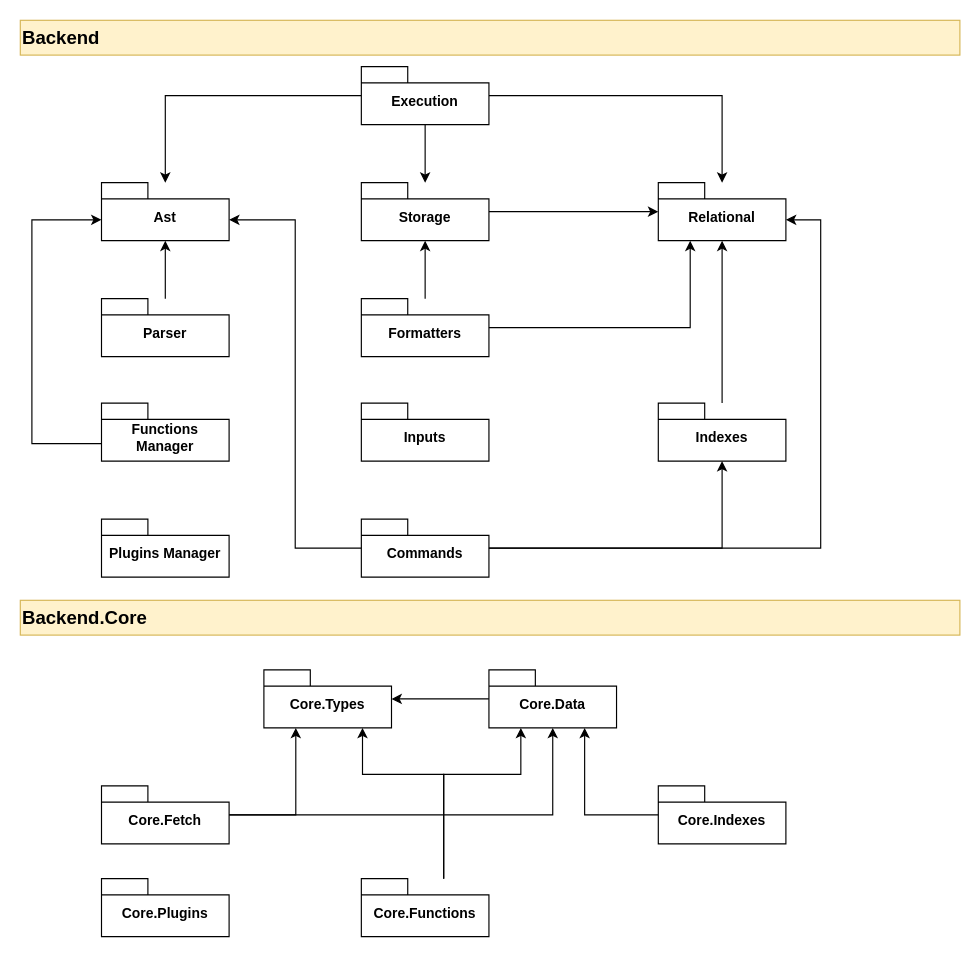
This is page "Modules" (2 of 3) of docs/internal/modules.drawio from krasninja/querycat, a draw.io file, before an edit. Source tidied: cells renumbered, new cells numbered last; positions are measured from the earlier drawing's top-left corner, leaving out a move shared by most shapes. Both pictures are drawn from the tidied source at 116%, with x=0, y=0 at pixel (20, 20).
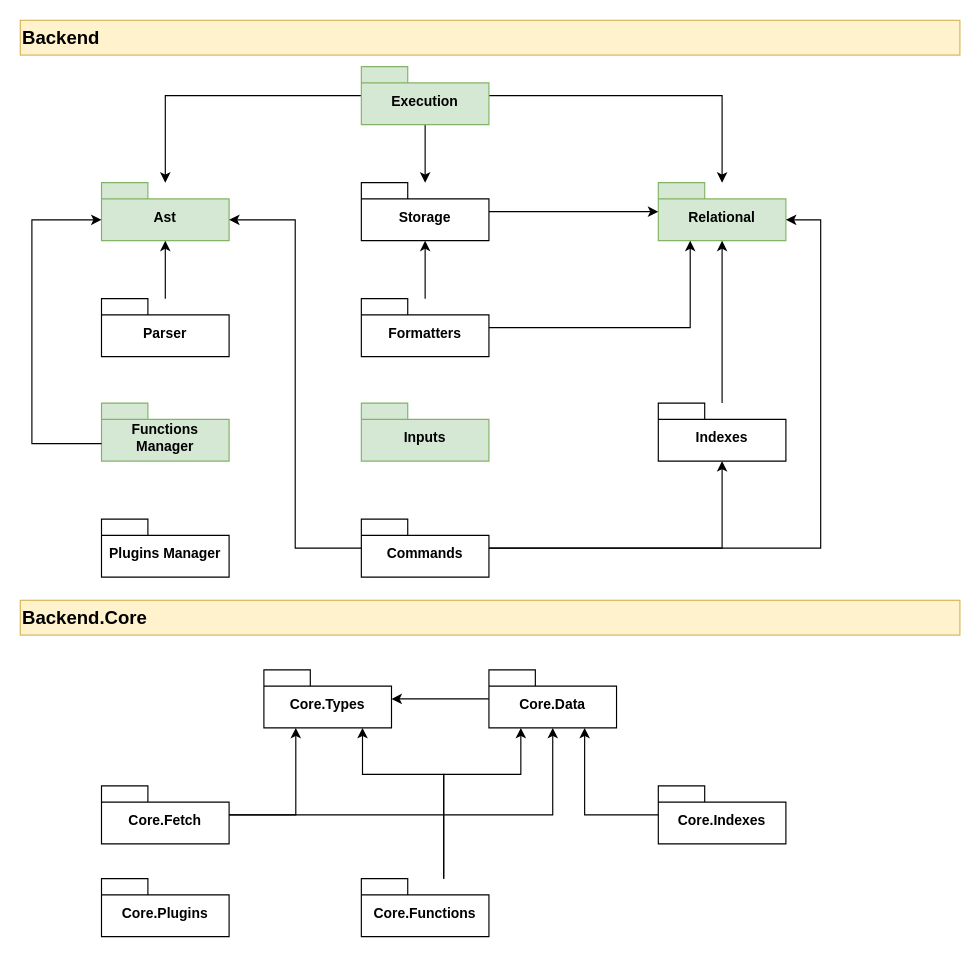
The same page after the edit.

The edit, as a diff of the source:
```diff
@@
-    <mxCell id="2" value="Ast" style="shape=folder;fontStyle=1;spacingTop=10;tabWidth=40;tabHeight=14;tabPosition=left;html=1;whiteSpace=wrap;" parent="1" vertex="1">
+    <mxCell id="2" value="Ast" style="shape=folder;fontStyle=1;spacingTop=10;tabWidth=40;tabHeight=14;tabPosition=left;html=1;whiteSpace=wrap;fillColor=#d5e8d4;strokeColor=#82b366;" parent="1" vertex="1">
       <mxGeometry x="70" y="140" width="110" height="50" as="geometry" />
     </mxCell>
@@
-    <mxCell id="5" value="Functions Manager" style="shape=folder;fontStyle=1;spacingTop=10;tabWidth=40;tabHeight=14;tabPosition=left;html=1;whiteSpace=wrap;" parent="1" vertex="1">
+    <mxCell id="5" value="Functions Manager" style="shape=folder;fontStyle=1;spacingTop=10;tabWidth=40;tabHeight=14;tabPosition=left;html=1;whiteSpace=wrap;fillColor=#d5e8d4;strokeColor=#82b366;" parent="1" vertex="1">
       <mxGeometry x="70" y="330" width="110" height="50" as="geometry" />
     </mxCell>
@@
-    <mxCell id="8" value="Relational" style="shape=folder;fontStyle=1;spacingTop=10;tabWidth=40;tabHeight=14;tabPosition=left;html=1;whiteSpace=wrap;" parent="1" vertex="1">
+    <mxCell id="8" value="Relational" style="shape=folder;fontStyle=1;spacingTop=10;tabWidth=40;tabHeight=14;tabPosition=left;html=1;whiteSpace=wrap;fillColor=#d5e8d4;strokeColor=#82b366;" parent="1" vertex="1">
       <mxGeometry x="550" y="140" width="110" height="50" as="geometry" />
     </mxCell>
@@
-    <mxCell id="16" value="Inputs" style="shape=folder;fontStyle=1;spacingTop=10;tabWidth=40;tabHeight=14;tabPosition=left;html=1;whiteSpace=wrap;" parent="1" vertex="1">
+    <mxCell id="16" value="Inputs" style="shape=folder;fontStyle=1;spacingTop=10;tabWidth=40;tabHeight=14;tabPosition=left;html=1;whiteSpace=wrap;fillColor=#d5e8d4;strokeColor=#82b366;" parent="1" vertex="1">
       <mxGeometry x="294" y="330" width="110" height="50" as="geometry" />
     </mxCell>
@@
-    <mxCell id="38" value="Execution" style="shape=folder;fontStyle=1;spacingTop=10;tabWidth=40;tabHeight=14;tabPosition=left;html=1;whiteSpace=wrap;" parent="1" vertex="1">
+    <mxCell id="38" value="Execution" style="shape=folder;fontStyle=1;spacingTop=10;tabWidth=40;tabHeight=14;tabPosition=left;html=1;whiteSpace=wrap;fillColor=#d5e8d4;strokeColor=#82b366;" parent="1" vertex="1">
       <mxGeometry x="294" y="40" width="110" height="50" as="geometry" />
     </mxCell>
```
